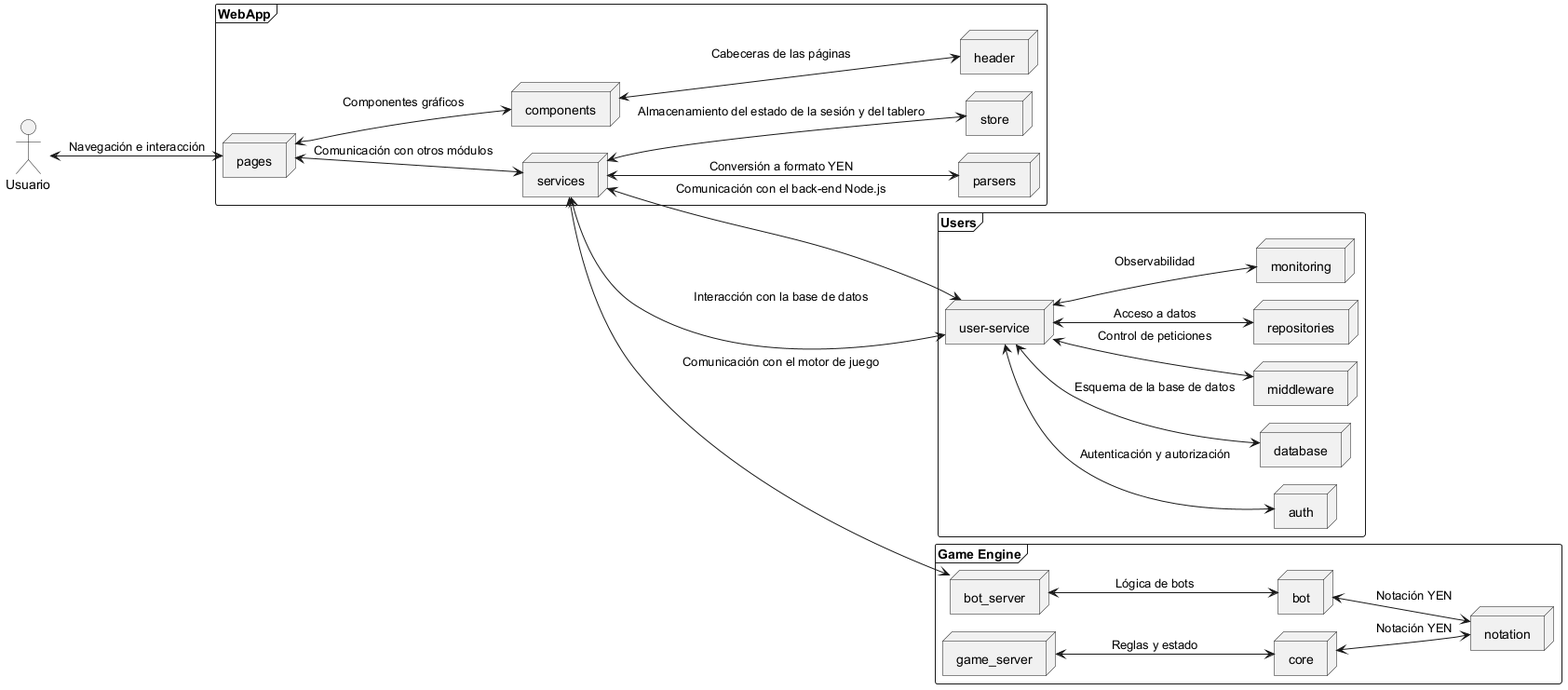
The PlantUML diagram images/Nivel 3.png in Arquisoft/yovi_es5a, before a commit.
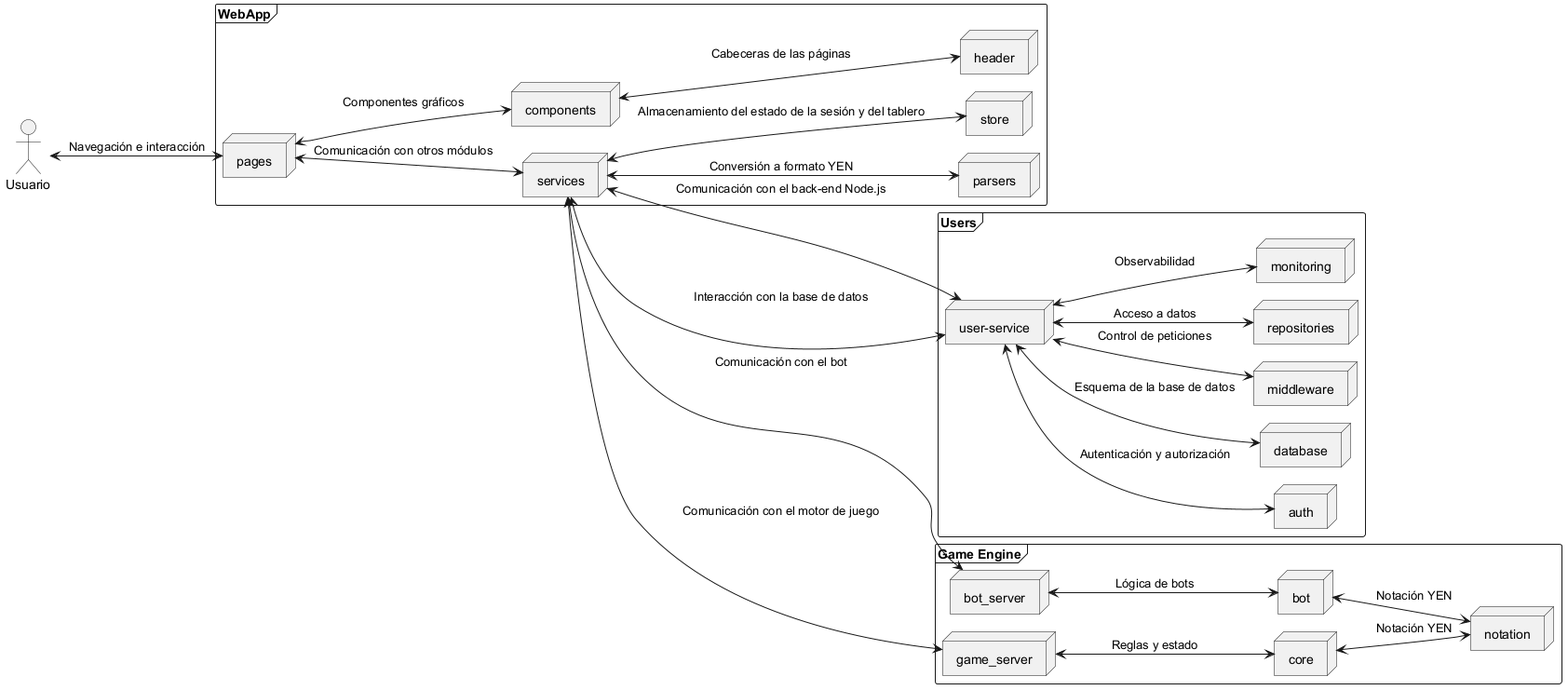
The same file after the commit.

Change to the diagram source:
```diff
@@ -46,7 +46,8 @@
 "user-service" <--> "services" : Interacción con la base de datos
 "user-service" <--> "monitoring" : Observabilidad
 
-"services" <--> "bot_server" : Comunicación con el motor de juego
+"services" <--> "bot_server" : Comunicación con el bot
+"services" <--> "game_server" : Comunicación con el motor de juego
 "bot_server" <--> "bot" : Lógica de bots
 "game_server" <--> "core" : Reglas y estado
 "core" <--> "notation" : Notación YEN
```
